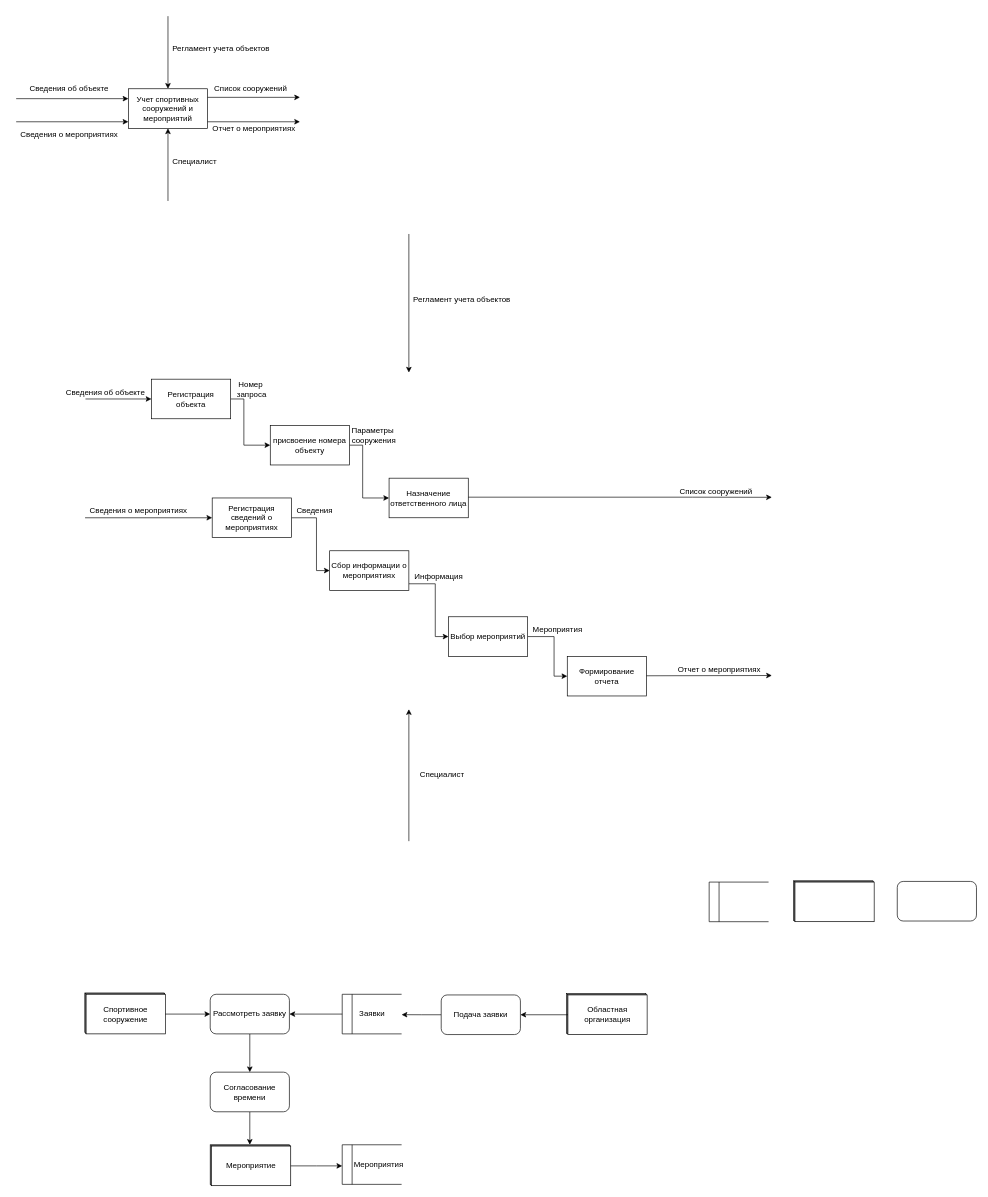
Earlier version of the draw.io diagram Untitled Diagram.drawio (RGNGIT/DBStructCourse). Source tidied: cells renumbered, new cells numbered last; positions are measured from the earlier drawing's top-left corner, leaving out a move shared by most shapes. Both pictures are drawn from the tidied source at 66%, with x=0, y=0 at pixel (16, 16).
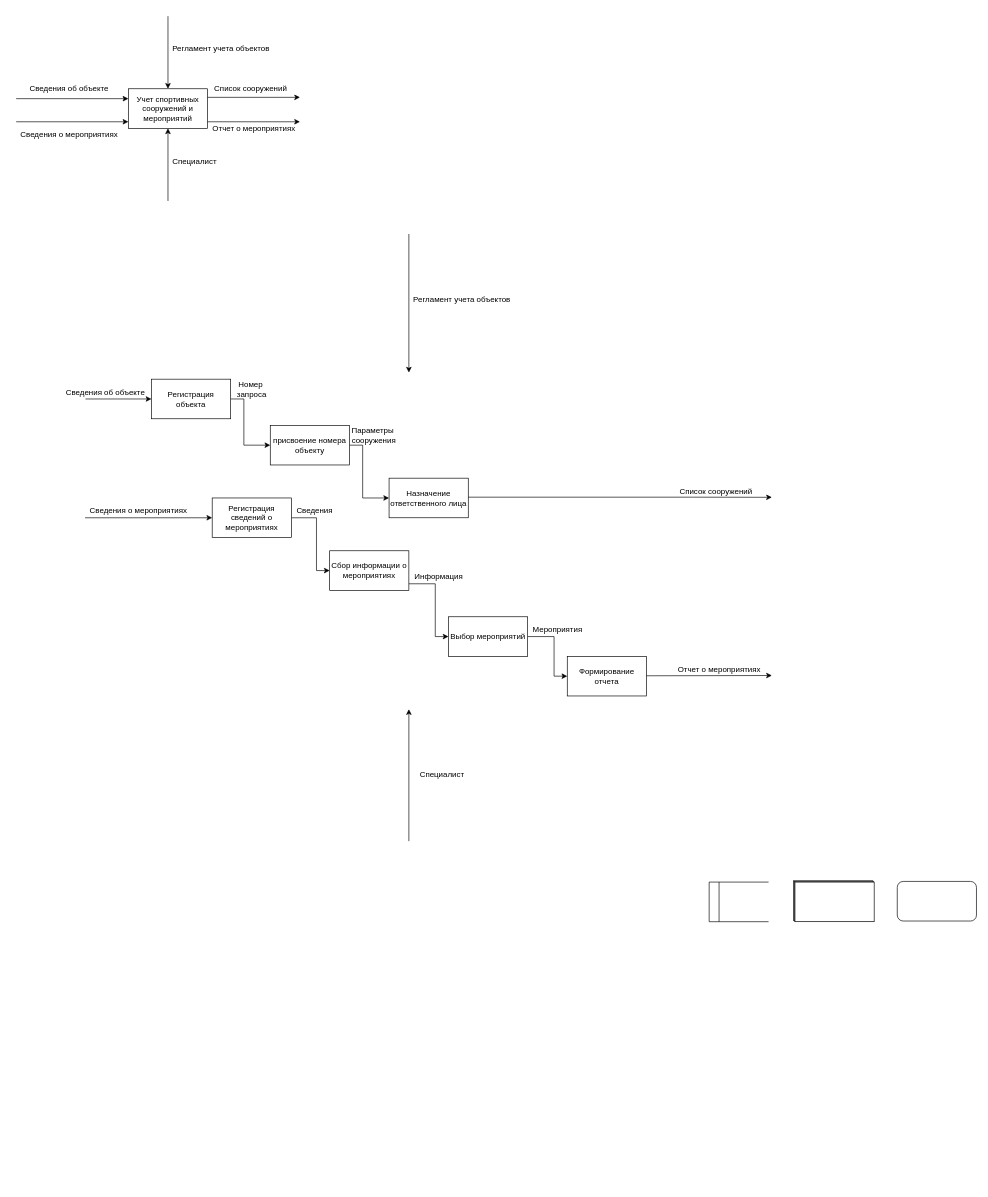
The same page after the edit.

Change to the diagram source:
```diff
@@
-    <mxCell id="22" style="edgeStyle=orthogonalEdgeStyle;rounded=0;jettySize=auto;html=1;exitX=0;exitY=0.5;exitDx=0;exitDy=0;" parent="1" edge="1" source="23">
-      <mxGeometry relative="1" as="geometry">
-        <mxPoint x="584" y="1512.9" as="targetPoint" />
-      </mxGeometry>
-    </mxCell>
-    <mxCell id="23" value="Подача заявки" style="rounded=1;whiteSpace=wrap;html=1;" parent="1" vertex="1">
-      <mxGeometry x="644" y="1483" width="120" height="60" as="geometry" />
-    </mxCell>
@@
-    <mxCell id="33" style="group;" parent="1" vertex="1">
-      <mxGeometry x="104" y="1480" width="122" height="62" as="geometry" />
-    </mxCell>
-    <mxCell id="34" style="rounded=0;whiteSpace=wrap;html=1;" parent="33" vertex="1">
-      <mxGeometry width="120" height="60" as="geometry" />
-    </mxCell>
-    <mxCell id="35" style="rounded=0;whiteSpace=wrap;html=1;" parent="33" vertex="1">
-      <mxGeometry x="1" y="1" width="120" height="60" as="geometry" />
-    </mxCell>
-    <mxCell id="36" value="Спортивное сооружение" style="rounded=0;whiteSpace=wrap;html=1;" parent="33" vertex="1">
-      <mxGeometry x="2" y="2" width="120" height="60" as="geometry" />
-    </mxCell>
-    <mxCell id="37" style="group;" parent="1" vertex="1">
-      <mxGeometry x="294" y="1710" width="122" height="62" as="geometry" />
-    </mxCell>
-    <mxCell id="38" style="rounded=0;whiteSpace=wrap;html=1;" parent="37" vertex="1">
-      <mxGeometry width="120" height="60" as="geometry" />
-    </mxCell>
-    <mxCell id="39" style="rounded=0;whiteSpace=wrap;html=1;" parent="37" vertex="1">
-      <mxGeometry x="1" y="1" width="120" height="60" as="geometry" />
-    </mxCell>
-    <mxCell id="40" value="Мероприятие" style="rounded=0;whiteSpace=wrap;html=1;" parent="37" vertex="1">
-      <mxGeometry x="2" y="2" width="120" height="60" as="geometry" />
-    </mxCell>
-    <mxCell id="41" style="group;" parent="1" vertex="1">
-      <mxGeometry x="834" y="1481" width="122" height="62" as="geometry" />
-    </mxCell>
-    <mxCell id="42" style="rounded=0;whiteSpace=wrap;html=1;" parent="41" vertex="1">
-      <mxGeometry width="120" height="60" as="geometry" />
-    </mxCell>
-    <mxCell id="43" style="rounded=0;whiteSpace=wrap;html=1;" parent="41" vertex="1">
-      <mxGeometry x="1" y="1" width="120" height="60" as="geometry" />
-    </mxCell>
-    <mxCell id="44" value="Областная организация" style="rounded=0;whiteSpace=wrap;html=1;" parent="41" vertex="1">
-      <mxGeometry x="2" y="2" width="120" height="60" as="geometry" />
-    </mxCell>
-    <mxCell id="45" style="edgeStyle=orthogonalEdgeStyle;rounded=0;jettySize=auto;html=1;" parent="1" edge="1" source="44" target="23">
-      <mxGeometry relative="1" as="geometry" />
-    </mxCell>
-    <mxCell id="46" style="edgeStyle=orthogonalEdgeStyle;rounded=0;jettySize=auto;html=1;" parent="1" edge="1" source="47" target="57">
-      <mxGeometry relative="1" as="geometry" />
-    </mxCell>
-    <mxCell id="47" value="Рассмотреть заявку" style="rounded=1;whiteSpace=wrap;html=1;" parent="1" vertex="1">
-      <mxGeometry x="294" y="1482" width="120" height="60" as="geometry" />
-    </mxCell>
-    <mxCell id="48" style="group;" parent="1" vertex="1">
-      <mxGeometry x="494" y="1482" width="90" height="60" as="geometry" />
-    </mxCell>
-    <mxCell id="49" style="endArrow=none;html=1;" parent="48" edge="1">
-      <mxGeometry as="geometry">
-        <mxPoint y="60" as="sourcePoint" />
-        <mxPoint as="targetPoint" />
-      </mxGeometry>
-    </mxCell>
-    <mxCell id="50" style="endArrow=none;html=1;" parent="48" edge="1">
-      <mxGeometry x="5" as="geometry">
-        <mxPoint x="15" y="60" as="sourcePoint" />
-        <mxPoint x="15" as="targetPoint" />
-      </mxGeometry>
-    </mxCell>
-    <mxCell id="51" style="endArrow=none;html=1;" parent="48" edge="1">
-      <mxGeometry as="geometry">
-        <mxPoint as="sourcePoint" />
-        <mxPoint x="90" as="targetPoint" />
-      </mxGeometry>
-    </mxCell>
-    <mxCell id="52" style="endArrow=none;html=1;" parent="48" edge="1">
-      <mxGeometry as="geometry">
-        <mxPoint y="60" as="sourcePoint" />
-        <mxPoint x="90" y="60" as="targetPoint" />
-      </mxGeometry>
-    </mxCell>
-    <mxCell id="53" value="Заявки" style="text;html=1;align=center;verticalAlign=middle;strokeColor=none;" parent="48" vertex="1">
-      <mxGeometry x="20" y="20" width="50" height="20" as="geometry" />
-    </mxCell>
-    <mxCell id="54" style="edgeStyle=orthogonalEdgeStyle;rounded=0;jettySize=auto;html=1;exitX=1;exitY=0.5;exitDx=0;exitDy=0;entryX=0;entryY=0.5;entryDx=0;entryDy=0;" parent="1" edge="1" source="36" target="47">
-      <mxGeometry relative="1" as="geometry" />
-    </mxCell>
-    <mxCell id="55" style="endArrow=classic;html=1;entryX=1;entryY=0.5;entryDx=0;entryDy=0;" parent="1" edge="1" target="47">
-      <mxGeometry relative="1" as="geometry">
-        <mxPoint x="494" y="1512" as="sourcePoint" />
-      </mxGeometry>
-    </mxCell>
-    <mxCell id="56" style="edgeStyle=orthogonalEdgeStyle;rounded=0;jettySize=auto;html=1;entryX=0.5;entryY=0;entryDx=0;entryDy=0;" parent="1" edge="1" source="57" target="38">
-      <mxGeometry relative="1" as="geometry" />
-    </mxCell>
-    <mxCell id="57" value="Согласование времени" style="rounded=1;whiteSpace=wrap;html=1;" parent="1" vertex="1">
-      <mxGeometry x="294" y="1600" width="120" height="60" as="geometry" />
-    </mxCell>
-    <mxCell id="58" style="group;" parent="1" vertex="1">
-      <mxGeometry x="494" y="1710" width="90" height="60" as="geometry" />
-    </mxCell>
-    <mxCell id="59" style="endArrow=none;html=1;" parent="58" edge="1">
-      <mxGeometry as="geometry">
-        <mxPoint y="60" as="sourcePoint" />
-        <mxPoint as="targetPoint" />
-      </mxGeometry>
-    </mxCell>
-    <mxCell id="60" style="endArrow=none;html=1;" parent="58" edge="1">
-      <mxGeometry x="5" as="geometry">
-        <mxPoint x="15" y="60" as="sourcePoint" />
-        <mxPoint x="15" as="targetPoint" />
-      </mxGeometry>
-    </mxCell>
-    <mxCell id="61" style="endArrow=none;html=1;" parent="58" edge="1">
-      <mxGeometry as="geometry">
-        <mxPoint as="sourcePoint" />
-        <mxPoint x="90" as="targetPoint" />
-      </mxGeometry>
-    </mxCell>
-    <mxCell id="62" style="endArrow=none;html=1;" parent="58" edge="1">
-      <mxGeometry as="geometry">
-        <mxPoint y="60" as="sourcePoint" />
-        <mxPoint x="90" y="60" as="targetPoint" />
-      </mxGeometry>
-    </mxCell>
-    <mxCell id="63" value="Мероприятия" style="text;html=1;align=center;verticalAlign=middle;strokeColor=none;" parent="58" vertex="1">
-      <mxGeometry x="10" y="20" width="90" height="20" as="geometry" />
-    </mxCell>
-    <mxCell id="64" style="edgeStyle=orthogonalEdgeStyle;rounded=0;jettySize=auto;html=1;" parent="1" edge="1" source="40">
-      <mxGeometry relative="1" as="geometry">
-        <mxPoint x="494" y="1742" as="targetPoint" />
-      </mxGeometry>
-    </mxCell>
```
